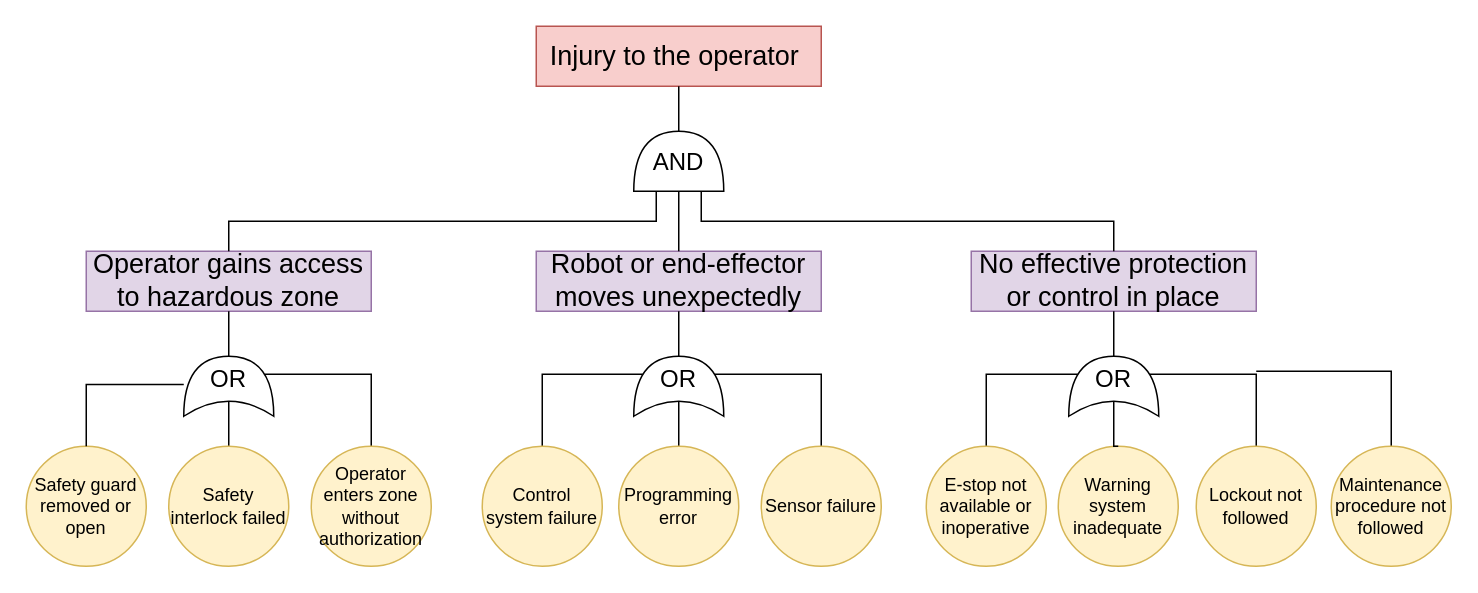
This is 34760.drawio from Haochen-He152/draw-io, a draw.io file, before an edit. Source tidied: cells renumbered, new cells numbered last; positions are measured from the earlier drawing's top-left corner, leaving out a move shared by most shapes. Both pictures are drawn from the tidied source at 150%, with x=0, y=0 at pixel (26, 26).
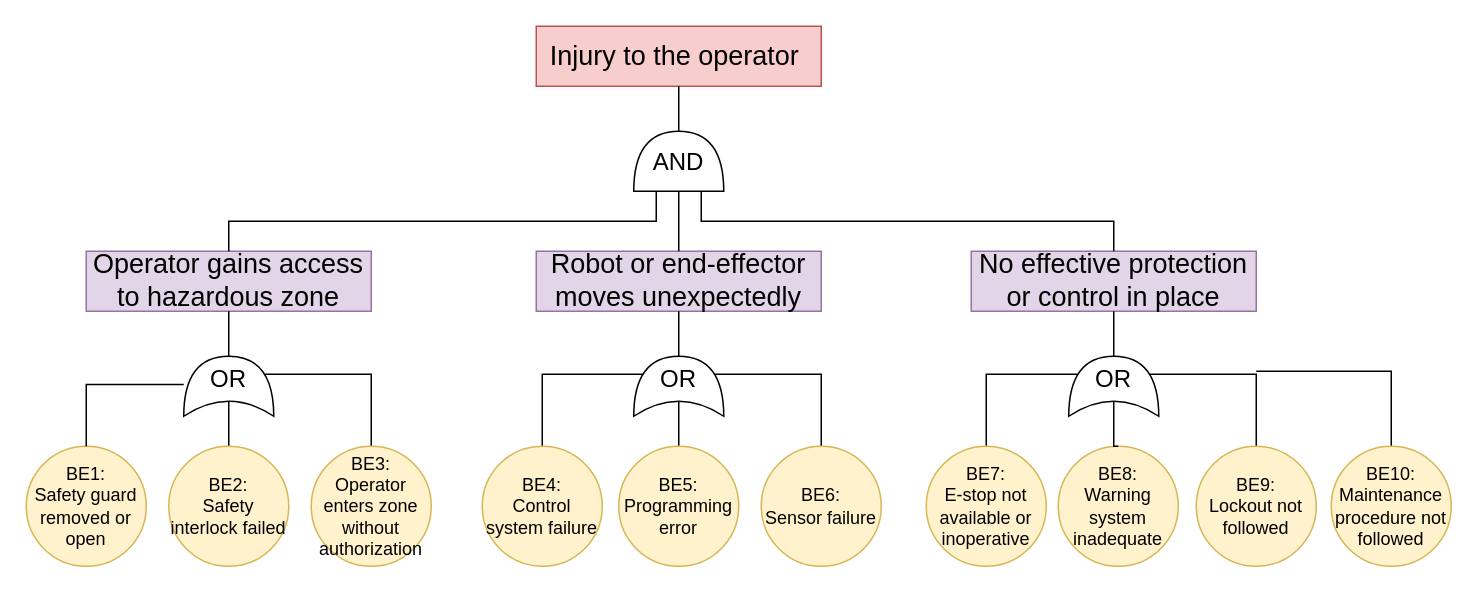
After the change.

Change to the diagram source:
```diff
@@
-    <mxCell id="24" value="Safety guard removed or open" style="ellipse;whiteSpace=wrap;html=1;fillColor=#fff2cc;strokeColor=#d6b656;" parent="1" vertex="1">
+    <mxCell id="24" value="BE1:&lt;div&gt;Safety guard removed or open&lt;/div&gt;" style="ellipse;whiteSpace=wrap;html=1;fillColor=#fff2cc;strokeColor=#d6b656;" parent="1" vertex="1">
       <mxGeometry y="280" width="80" height="80" as="geometry" />
     </mxCell>
-    <mxCell id="25" value="Safety interlock failed" style="ellipse;whiteSpace=wrap;html=1;fillColor=#fff2cc;strokeColor=#d6b656;" parent="1" vertex="1">
+    <mxCell id="25" value="BE2:&lt;div&gt;Safety interlock failed&lt;/div&gt;" style="ellipse;whiteSpace=wrap;html=1;fillColor=#fff2cc;strokeColor=#d6b656;" parent="1" vertex="1">
       <mxGeometry x="95" y="280" width="80" height="80" as="geometry" />
     </mxCell>
-    <mxCell id="26" value="Operator enters zone without authorization" style="ellipse;whiteSpace=wrap;html=1;fillColor=#fff2cc;strokeColor=#d6b656;" parent="1" vertex="1">
+    <mxCell id="26" value="BE3:&lt;div&gt;Operator enters zone without authorization&lt;/div&gt;" style="ellipse;whiteSpace=wrap;html=1;fillColor=#fff2cc;strokeColor=#d6b656;" parent="1" vertex="1">
       <mxGeometry x="190" y="280" width="80" height="80" as="geometry" />
     </mxCell>
-    <mxCell id="27" value="Programming error" style="ellipse;whiteSpace=wrap;html=1;fillColor=#fff2cc;strokeColor=#d6b656;" parent="1" vertex="1">
+    <mxCell id="27" value="BE5:&lt;div&gt;Programming error&lt;/div&gt;" style="ellipse;whiteSpace=wrap;html=1;fillColor=#fff2cc;strokeColor=#d6b656;" parent="1" vertex="1">
       <mxGeometry x="395" y="280" width="80" height="80" as="geometry" />
     </mxCell>
-    <mxCell id="28" value="E-stop not available or inoperative" style="ellipse;whiteSpace=wrap;html=1;fillColor=#fff2cc;strokeColor=#d6b656;" parent="1" vertex="1">
+    <mxCell id="28" value="BE7:&lt;div&gt;E-stop not available or inoperative&lt;/div&gt;" style="ellipse;whiteSpace=wrap;html=1;fillColor=#fff2cc;strokeColor=#d6b656;" parent="1" vertex="1">
       <mxGeometry x="600" y="280" width="80" height="80" as="geometry" />
     </mxCell>
-    <mxCell id="29" value="Lockout not followed" style="ellipse;whiteSpace=wrap;html=1;fillColor=#fff2cc;strokeColor=#d6b656;" parent="1" vertex="1">
+    <mxCell id="29" value="BE9:&lt;div&gt;Lockout not followed&lt;/div&gt;" style="ellipse;whiteSpace=wrap;html=1;fillColor=#fff2cc;strokeColor=#d6b656;" parent="1" vertex="1">
       <mxGeometry x="780" y="280" width="80" height="80" as="geometry" />
     </mxCell>
-    <mxCell id="30" value="Sensor failure" style="ellipse;whiteSpace=wrap;html=1;fillColor=#fff2cc;strokeColor=#d6b656;" parent="1" vertex="1">
+    <mxCell id="30" value="BE6:&lt;div&gt;Sensor failure&lt;/div&gt;" style="ellipse;whiteSpace=wrap;html=1;fillColor=#fff2cc;strokeColor=#d6b656;" parent="1" vertex="1">
       <mxGeometry x="490" y="280" width="80" height="80" as="geometry" />
     </mxCell>
-    <mxCell id="31" value="Warning system inadequate" style="ellipse;whiteSpace=wrap;html=1;fillColor=#fff2cc;strokeColor=#d6b656;" parent="1" vertex="1">
+    <mxCell id="31" value="BE8:&lt;div&gt;Warning system inadequate&lt;/div&gt;" style="ellipse;whiteSpace=wrap;html=1;fillColor=#fff2cc;strokeColor=#d6b656;" parent="1" vertex="1">
       <mxGeometry x="688" y="280" width="80" height="80" as="geometry" />
     </mxCell>
-    <mxCell id="32" value="Control system failure" style="ellipse;whiteSpace=wrap;html=1;fillColor=#fff2cc;strokeColor=#d6b656;" parent="1" vertex="1">
+    <mxCell id="32" value="BE4:&lt;div&gt;Control system failure&lt;/div&gt;" style="ellipse;whiteSpace=wrap;html=1;fillColor=#fff2cc;strokeColor=#d6b656;" parent="1" vertex="1">
       <mxGeometry x="304" y="280" width="80" height="80" as="geometry" />
     </mxCell>
@@
-    <mxCell id="34" value="Maintenance procedure not followed" style="ellipse;whiteSpace=wrap;html=1;fillColor=#fff2cc;strokeColor=#d6b656;" parent="1" vertex="1">
+    <mxCell id="34" value="BE10:&lt;div&gt;Maintenance procedure not followed&lt;/div&gt;" style="ellipse;whiteSpace=wrap;html=1;fillColor=#fff2cc;strokeColor=#d6b656;" parent="1" vertex="1">
       <mxGeometry x="870" y="280" width="80" height="80" as="geometry" />
     </mxCell>
```
